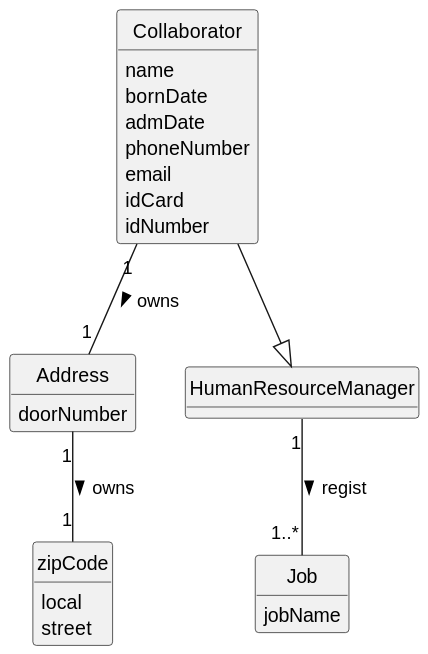
The PlantUML diagram docs/sprint2/us002/02.analysis/svg/us002-domain-model.svg in 1231360-ISEP/lei-24-s2-1db-g021, before a commit.
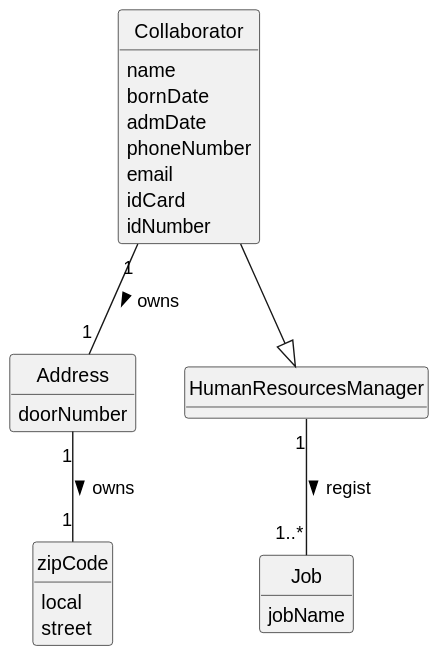
Later version of the same file.

What changed in the source:
```diff
@@ -27,15 +27,15 @@
     street
 }
 
-class HumanResourceManager {}
+class HumanResourcesManager {}
 
 class Job {
     jobName
 }
 
 
-Collaborator --|> HumanResourceManager
-HumanResourceManager "1" -- "1..*" Job : regist >
+Collaborator --|> HumanResourcesManager
+HumanResourcesManager "1" -- "1..*" Job : regist >
 Collaborator "1" -- "1" Address: owns >
 Address "1" -- "1" zipCode : owns >
 @enduml
```
